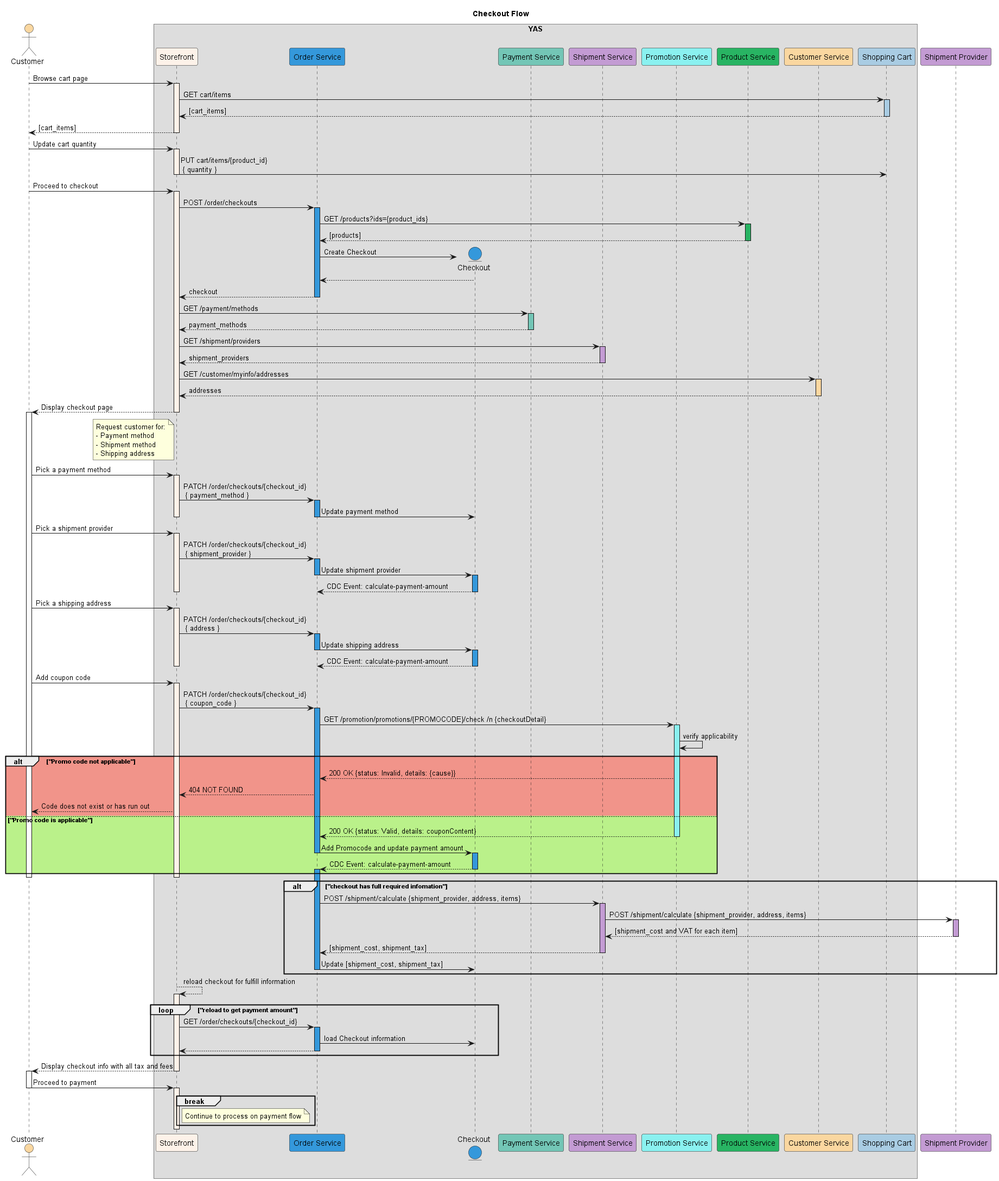
Earlier version of the PlantUML export docs/design/order-flows/imgs/Checkout Flow.png (nashtech-garage/yas).
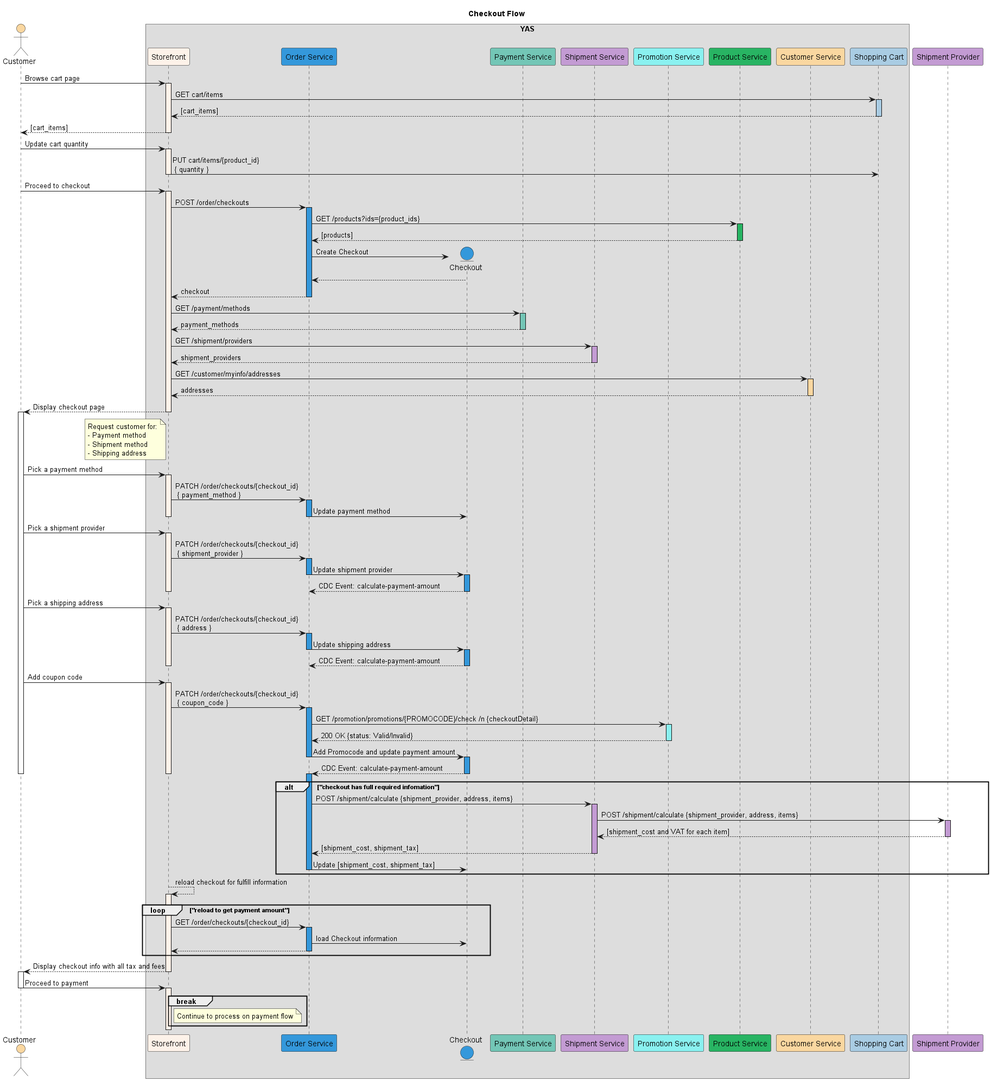
Above is the later version.

Commit message:
Update to simplify diagrams for promocode application

Change to the diagram source:
```diff
@@ -106,25 +106,18 @@
     activate order_service #3498db
       order_service -> promotion_service: GET /promotion/promotions/{PROMOCODE}/check /n {checkoutDetail}
       activate promotion_service #8af1f0
-      promotion_service -> promotion_service: verify applicability
-        alt #f1948a "Promo code not applicable"
-          promotion_service --> order_service: 200 OK {status: Invalid, details: {cause}}
-          order_service --> storefront: 404 NOT FOUND
-          storefront --> customer: Code does not exist or has run out
-        else #baf18a "Promo code is applicable"
-          promotion_service --> order_service: 200 OK {status: Valid, details: couponContent}
-          deactivate promotion_service
-          order_service -> checkout: Add Promocode and update payment amount
-          deactivate order_service
-          activate checkout #3498db
-            checkout --> order_service: CDC Event: calculate-payment-amount
-          deactivate checkout
-          activate order_service #3498db
-        end
+        promotion_service --> order_service: 200 OK {status: Valid/Invalid}
+      deactivate promotion_service
+      order_service -> checkout: Add Promocode and update payment amount
+    deactivate order_service
+    activate checkout #3498db
+      checkout --> order_service: CDC Event: calculate-payment-amount
+    deactivate checkout
   deactivate storefront
 deactivate customer
 
 alt "checkout has full required infomation"
+    activate order_service #3498db
     order_service -> shipment_service: POST /shipment/calculate {shipment_provider, address, items}
     activate shipment_service #c39bd3
       shipment_service -> shipment_provider: POST /shipment/calculate {shipment_provider, address, items}
```
